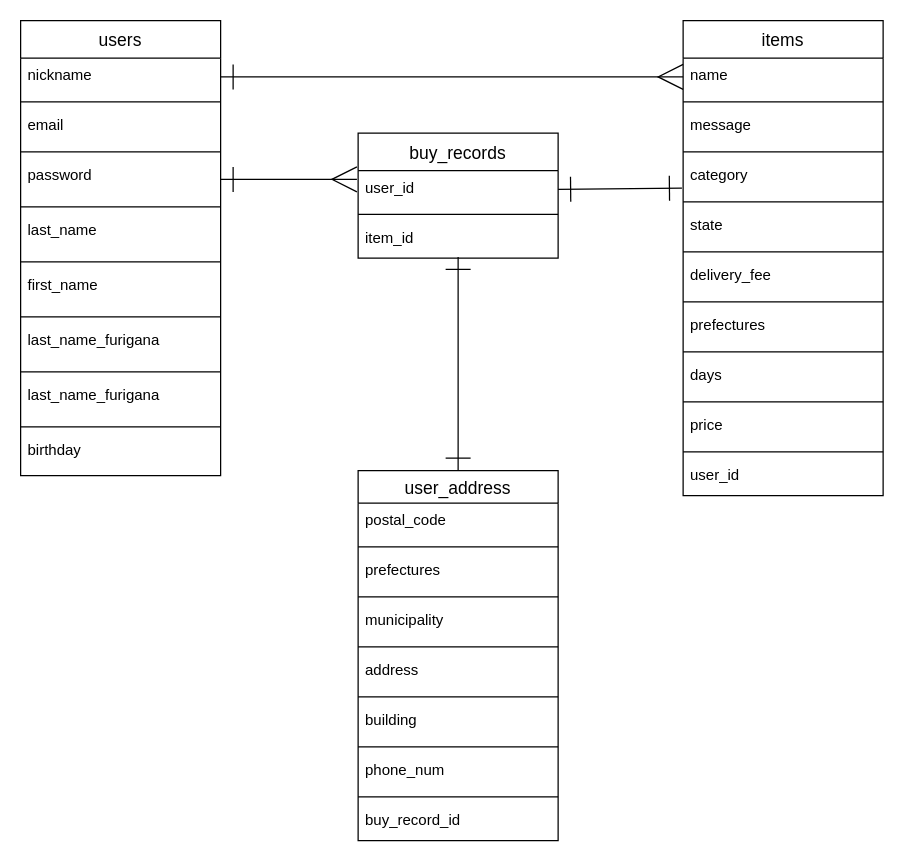
hanabusasusumu/furima-31947 keeps this draw.io diagram as furima.dio. Above is the earlier version. Source tidied: cells renumbered, new cells numbered last; positions are measured from the earlier drawing's top-left corner, leaving out a move shared by most shapes. Both pictures are drawn from the tidied source at 125%, with x=0, y=0 at pixel (20, 20).
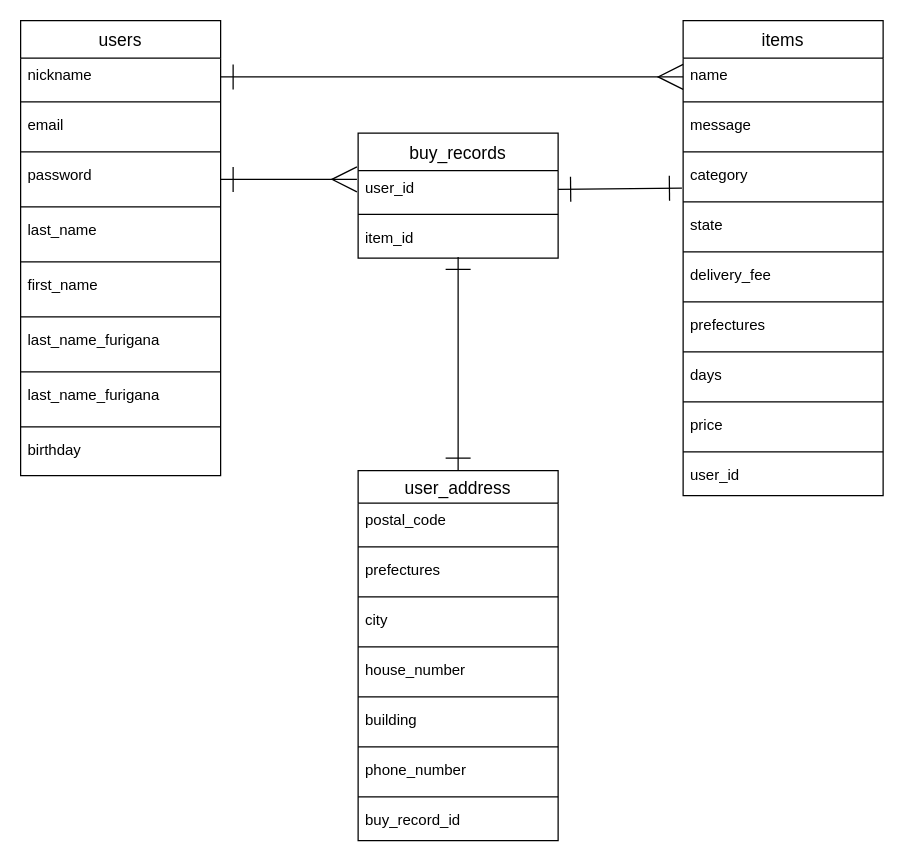
After the change.

Unchanged cells that the change refers to:
```xml
<mxCell id="37" value="user_address" style="swimlane;fontStyle=0;horizontal=1;startSize=26;align=center;fontSize=14;" parent="1" vertex="1">
  <mxGeometry x="270" y="360" width="160" height="296" as="geometry" />
</mxCell>
```

What changed in the source:
```diff
@@
-    <mxCell id="42" value="municipality" style="text;strokeColor=none;fillColor=none;spacingLeft=4;spacingRight=4;overflow=hidden;fontSize=12;" parent="37" vertex="1">
+    <mxCell id="42" value="city" style="text;strokeColor=none;fillColor=none;spacingLeft=4;spacingRight=4;overflow=hidden;fontSize=12;" parent="37" vertex="1">
       <mxGeometry y="106" width="160" height="30" as="geometry" />
     </mxCell>
@@
-    <mxCell id="44" value="address" style="text;strokeColor=none;fillColor=none;spacingLeft=4;spacingRight=4;overflow=hidden;fontSize=12;" parent="37" vertex="1">
+    <mxCell id="44" value="house_number" style="text;strokeColor=none;fillColor=none;spacingLeft=4;spacingRight=4;overflow=hidden;fontSize=12;" parent="37" vertex="1">
       <mxGeometry y="146" width="160" height="30" as="geometry" />
     </mxCell>
@@
-    <mxCell id="48" value="phone_num" style="text;strokeColor=none;fillColor=none;spacingLeft=4;spacingRight=4;overflow=hidden;fontSize=12;" parent="37" vertex="1">
+    <mxCell id="48" value="phone_number" style="text;strokeColor=none;fillColor=none;spacingLeft=4;spacingRight=4;overflow=hidden;fontSize=12;" parent="37" vertex="1">
       <mxGeometry y="226" width="160" height="30" as="geometry" />
     </mxCell>
```
